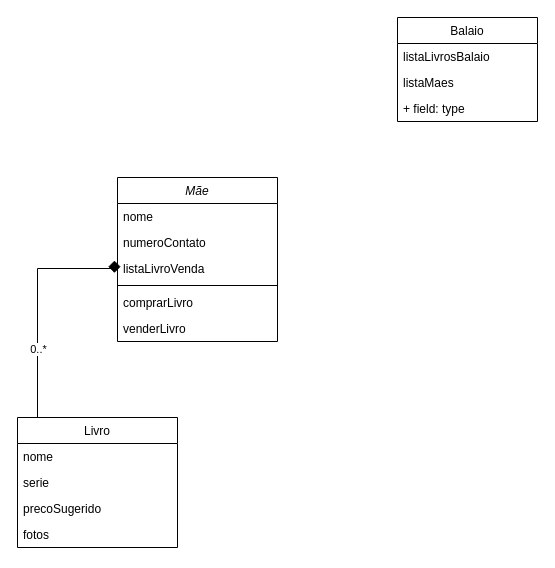
The draw.io diagram Untitled Diagram.drawio in spyci/ayla, before the edit. Source tidied: cells renumbered, new cells numbered last; positions are measured from the earlier drawing's top-left corner, leaving out a move shared by most shapes. Both pictures are drawn from the tidied source at 100%, with x=0, y=0 at pixel (17, 17).
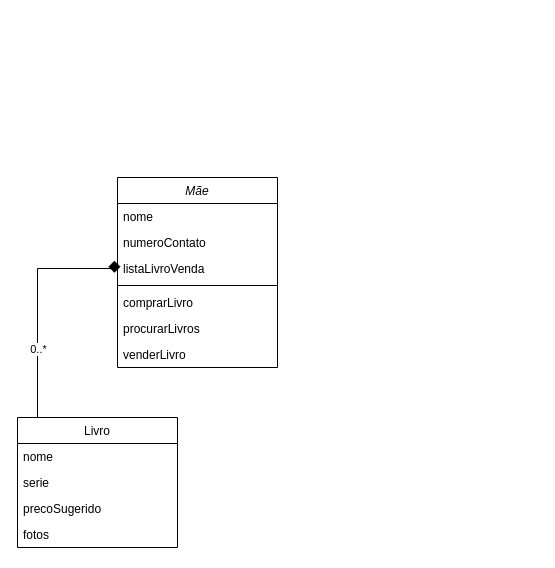
The same page after the edit.

The edit, as a diff of the source:
```diff
@@
     <mxCell id="4" value="Mãe&#10;" style="swimlane;fontStyle=2;align=center;verticalAlign=top;horizontal=1;startSize=26;rounded=0;shadow=0;strokeWidth=1;" parent="1" vertex="1">
-      <mxGeometry x="100" y="160" width="160" height="164" as="geometry" />
+      <mxGeometry x="100" y="160" width="160" height="190" as="geometry" />
     </mxCell>
@@
+    <mxCell id="20" value="procurarLivros&#10;" style="text;strokeColor=none;fillColor=none;align=left;verticalAlign=top;spacingLeft=4;spacingRight=4;overflow=hidden;" parent="4" vertex="1">
+      <mxGeometry y="138" width="160" height="26" as="geometry" />
+    </mxCell>
     <mxCell id="10" value="venderLivro" style="text;strokeColor=none;fillColor=none;align=left;verticalAlign=top;spacingLeft=4;spacingRight=4;overflow=hidden;" parent="4" vertex="1">
-      <mxGeometry y="138" width="160" height="26" as="geometry" />
+      <mxGeometry y="164" width="160" height="26" as="geometry" />
     </mxCell>
@@
-    <mxCell id="16" value="Balaio" style="swimlane;fontStyle=0;horizontal=1;startSize=26;fillColor=none;" parent="1" vertex="1">
-      <mxGeometry x="380" width="140" height="104" as="geometry" />
-    </mxCell>
-    <mxCell id="17" value="listaLivrosBalaio" style="text;strokeColor=none;fillColor=none;align=left;verticalAlign=top;spacingLeft=4;spacingRight=4;overflow=hidden;" parent="16" vertex="1">
-      <mxGeometry y="26" width="140" height="26" as="geometry" />
-    </mxCell>
-    <mxCell id="18" value="listaMaes" style="text;strokeColor=none;fillColor=none;align=left;verticalAlign=top;spacingLeft=4;spacingRight=4;overflow=hidden;" parent="16" vertex="1">
-      <mxGeometry y="52" width="140" height="26" as="geometry" />
-    </mxCell>
-    <mxCell id="19" value="+ field: type" style="text;strokeColor=none;fillColor=none;align=left;verticalAlign=top;spacingLeft=4;spacingRight=4;overflow=hidden;" parent="16" vertex="1">
-      <mxGeometry y="78" width="140" height="26" as="geometry" />
-    </mxCell>
```
